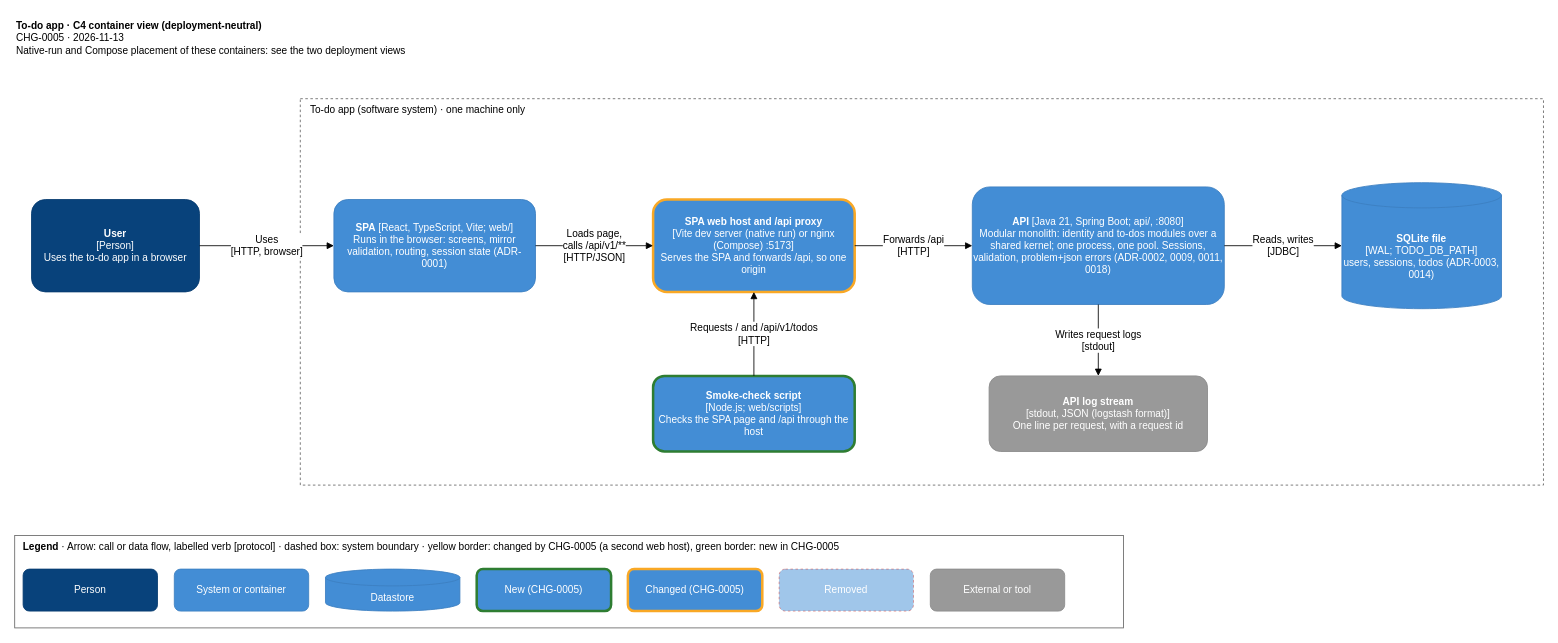
The draw.io diagram docs/architecture/drawio/todo-containers.drawio in alokkulkarni/testharness2, before the edit. Source tidied: cells renumbered, new cells numbered last; positions are measured from the earlier drawing's top-left corner, leaving out a move shared by most shapes. Both pictures are drawn from the tidied source at 84%, with x=0, y=0 at pixel (14, 14).
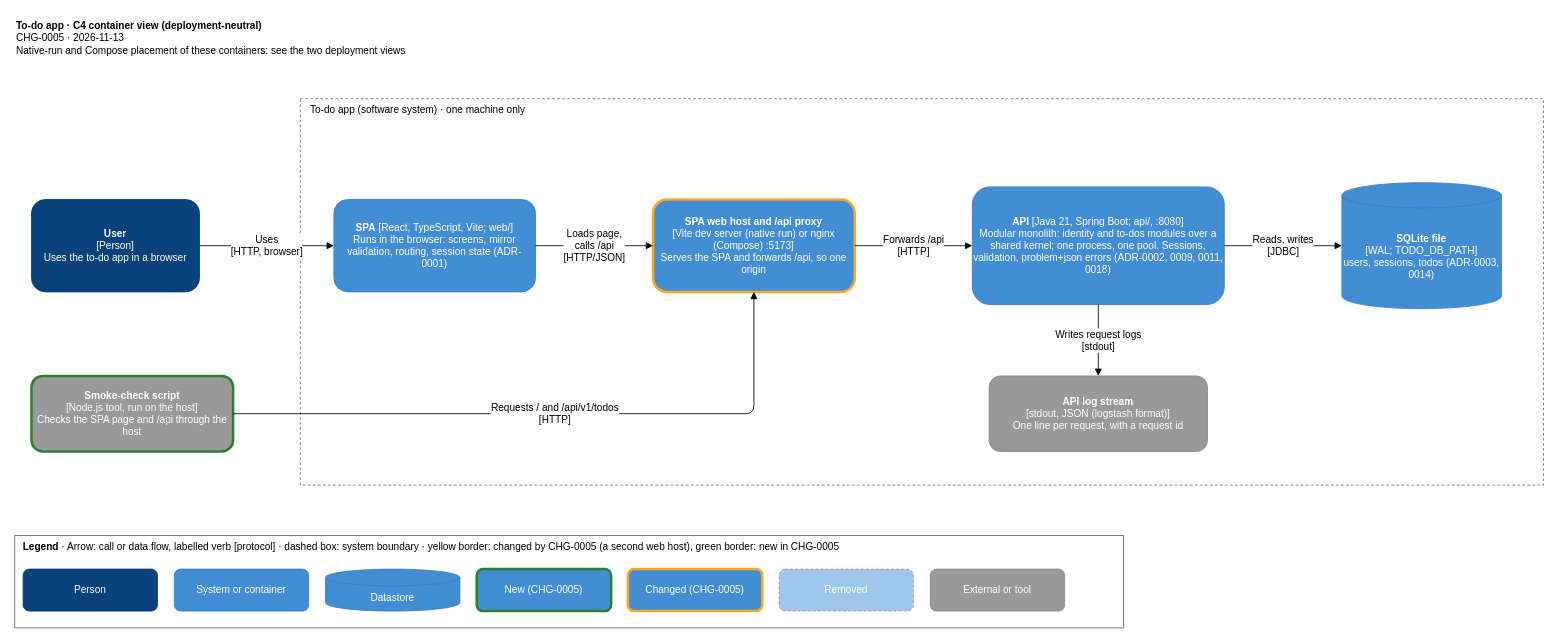
After the change.

Unchanged cells that the change refers to:
```xml
<mxCell id="4" value="To-do app (software system) · one machine only" style="rounded=0;dashed=1;fontSize=12;fillColor=none;strokeColor=#666666;verticalAlign=top;align=left;spacingLeft=10;html=1;" parent="1" vertex="1">
  <mxGeometry x="340" y="100" width="1480" height="460" as="geometry" />
</mxCell>
<mxCell id="5" value="&lt;b&gt;SPA&lt;/b&gt; [React, TypeScript, Vite; web/]&lt;br&gt;Runs in the browser: screens, mirror validation, routing, session state (ADR-0001)" style="rounded=1;fontSize=12;whiteSpace=wrap;html=1;fillColor=#438DD5;strokeColor=#3C7FC0;fontColor=#FFFFFF;" parent="4" vertex="1">
  <mxGeometry x="40" y="120" width="240" height="110" as="geometry" />
</mxCell>
<mxCell id="6" value="&lt;b&gt;SPA web host and /api proxy&lt;/b&gt;&lt;br&gt;[Vite dev server (native run) or nginx (Compose) :5173]&lt;br&gt;Serves the SPA and forwards /api, so one origin" style="rounded=1;fontSize=12;whiteSpace=wrap;html=1;fillColor=#438DD5;strokeColor=#F9A825;strokeWidth=3;fontColor=#FFFFFF;" parent="4" vertex="1">
  <mxGeometry x="420" y="120" width="240" height="110" as="geometry" />
</mxCell>
```

Diff of the diagram source:
```diff
@@
-    <mxCell id="9" value="&lt;b&gt;Smoke-check script&lt;/b&gt;&lt;br&gt;[Node.js; web/scripts]&lt;br&gt;Checks the SPA page and /api through the host" style="rounded=1;fontSize=12;whiteSpace=wrap;html=1;fillColor=#438DD5;strokeColor=#2E7D32;strokeWidth=3;fontColor=#FFFFFF;" parent="4" vertex="1">
-      <mxGeometry x="420" y="330" width="240" height="90" as="geometry" />
+    <mxCell id="9" value="&lt;b&gt;Smoke-check script&lt;/b&gt;&lt;br&gt;[Node.js tool, run on the host]&lt;br&gt;Checks the SPA page and /api through the host" style="rounded=1;fontSize=12;whiteSpace=wrap;html=1;fillColor=#999999;strokeColor=#2E7D32;strokeWidth=3;fontColor=#FFFFFF;" parent="1" vertex="1">
+      <mxGeometry x="20" y="430" width="240" height="90" as="geometry" />
     </mxCell>
@@
-    <mxCell id="12" value="Loads page,&lt;br&gt;calls /api/v1/**&lt;br&gt;[HTTP/JSON]" style="edgeStyle=orthogonalEdgeStyle;rounded=1;html=1;fontSize=12;endArrow=block;labelBackgroundColor=#FFFFFF;exitX=1;exitY=0.5;entryX=0;entryY=0.5;" parent="1" edge="1" source="5" target="6">
+    <mxCell id="12" value="Loads page,&lt;br&gt;calls /api&lt;br&gt;[HTTP/JSON]" style="edgeStyle=orthogonalEdgeStyle;rounded=1;html=1;fontSize=12;endArrow=block;labelBackgroundColor=#FFFFFF;exitX=1;exitY=0.5;entryX=0;entryY=0.5;" parent="1" edge="1" source="5" target="6">
       <mxGeometry relative="1" as="geometry" />
     </mxCell>
@@
-    <mxCell id="15" value="Requests / and /api/v1/todos&lt;br&gt;[HTTP]" style="edgeStyle=orthogonalEdgeStyle;rounded=1;html=1;fontSize=12;endArrow=block;labelBackgroundColor=#FFFFFF;exitX=0.5;exitY=0;entryX=0.5;entryY=1;" parent="1" edge="1" source="9" target="6">
-      <mxGeometry relative="1" as="geometry" />
+    <mxCell id="15" value="Requests / and /api/v1/todos&lt;br&gt;[HTTP]" style="edgeStyle=orthogonalEdgeStyle;rounded=1;html=1;fontSize=12;endArrow=block;labelBackgroundColor=#FFFFFF;exitX=1;exitY=0.5;entryX=0.5;entryY=1;" parent="1" edge="1" source="9" target="6">
+      <mxGeometry relative="1" as="geometry">
+        <Array as="points">
+          <mxPoint x="880" y="475" />
+        </Array>
+      </mxGeometry>
     </mxCell>
```
